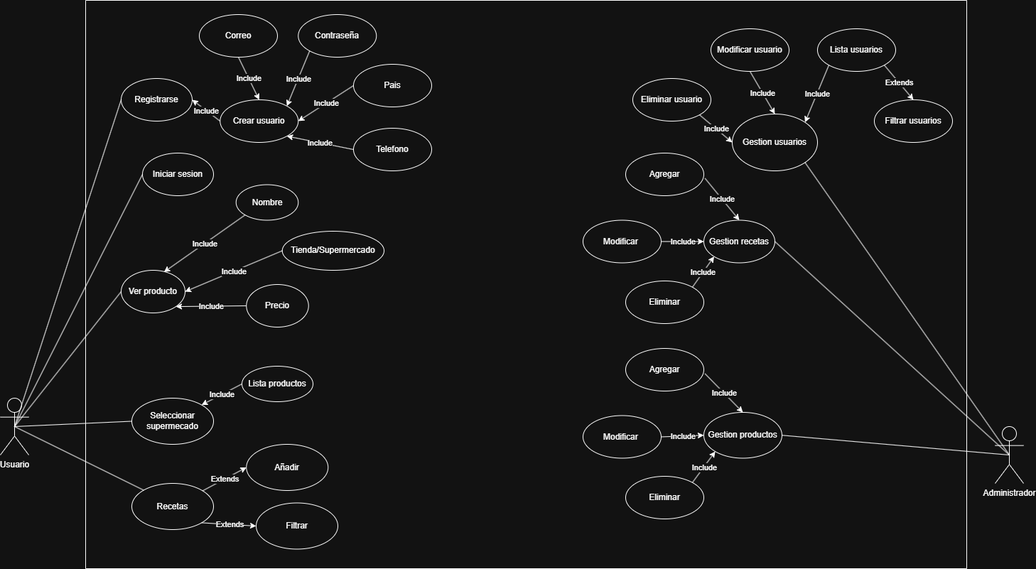
This is diagramas/diagrama-casos-uso.png from Jootgitoo/proyecto-final, a draw.io export, as it was before one commit. Source tidied: cells renumbered, new cells last; positions are measured from the earlier drawing's top-left corner, leaving out a move shared by most shapes.
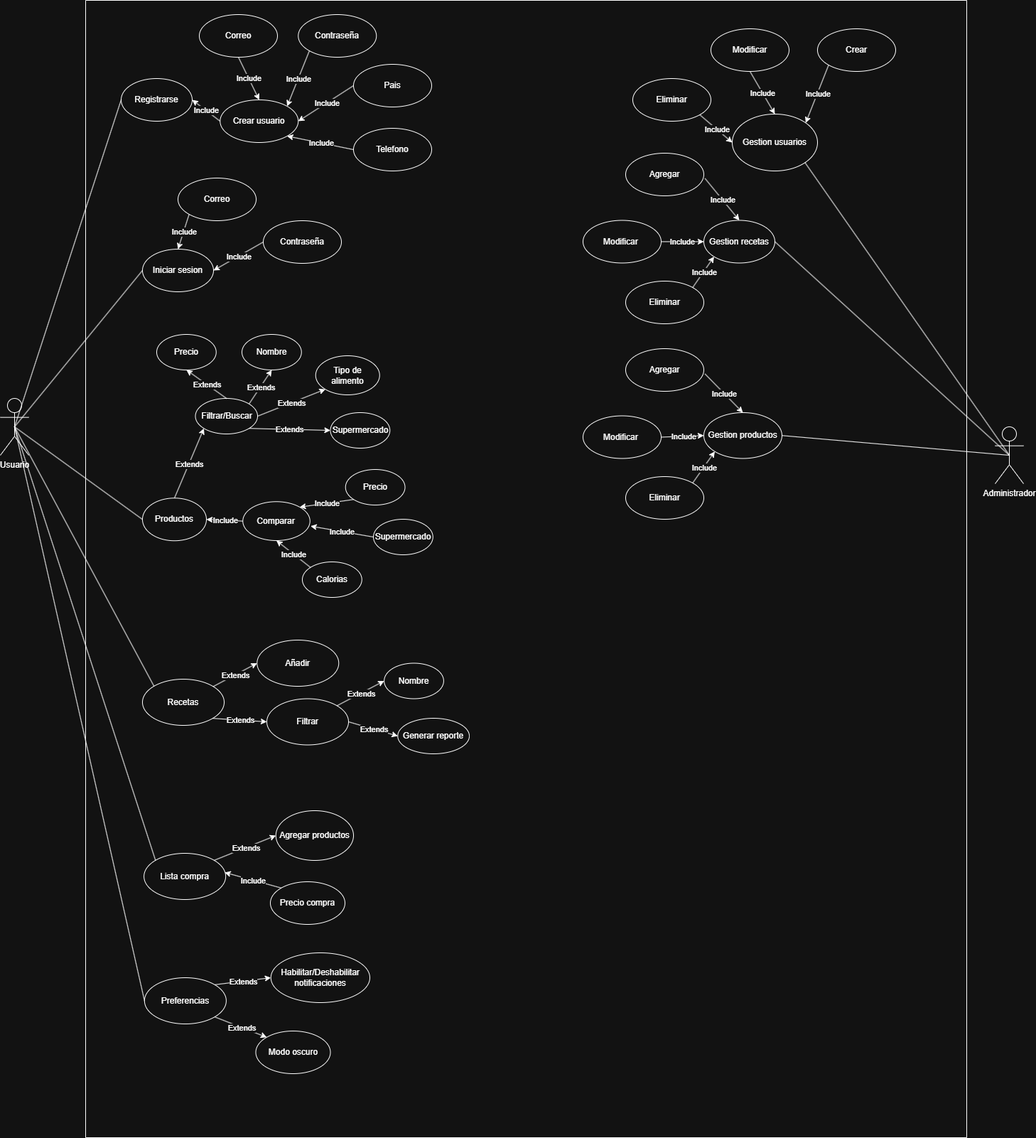
The same diagram one commit later.

Diff of the diagram source:
```diff
@@ -3,13 +3,13 @@
     <mxCell id="0" />
     <mxCell id="1" parent="0" />
     <mxCell id="2" style="swimlane;startSize=0;" parent="1" vertex="1">
-      <mxGeometry x="120" width="1240" height="800" as="geometry" />
+      <mxGeometry x="120" width="1240" height="1600" as="geometry" />
     </mxCell>
-    <mxCell id="3" value="Ver producto" style="ellipse;whiteSpace=wrap;html=1;" parent="2" vertex="1">
-      <mxGeometry x="50" y="380" width="90" height="60" as="geometry" />
+    <mxCell id="3" value="Productos" style="ellipse;whiteSpace=wrap;html=1;" parent="2" vertex="1">
+      <mxGeometry x="80" y="700.2" width="90" height="60" as="geometry" />
     </mxCell>
-    <mxCell id="4" value="Nombre" style="ellipse;whiteSpace=wrap;html=1;" parent="2" vertex="1">
-      <mxGeometry x="211.8" y="259.5" width="87.5" height="50" as="geometry" />
+    <mxCell id="4" value="Filtrar/Buscar" style="ellipse;whiteSpace=wrap;html=1;" parent="2" vertex="1">
+      <mxGeometry x="154.5" y="560" width="87.5" height="50" as="geometry" />
     </mxCell>
     <mxCell id="5" value="Gestion recetas" style="ellipse;whiteSpace=wrap;html=1;" parent="2" vertex="1">
       <mxGeometry x="870" y="309.5" width="100" height="60" as="geometry" />
@@ -45,7 +45,7 @@
       <mxGeometry x="910" y="160" width="120" height="80" as="geometry" />
     </mxCell>
     <mxCell id="16" value="Iniciar sesion" style="ellipse;whiteSpace=wrap;html=1;" parent="2" vertex="1">
-      <mxGeometry x="80" y="215" width="100" height="60" as="geometry" />
+      <mxGeometry x="80" y="350" width="100" height="60" as="geometry" />
     </mxCell>
     <mxCell id="17" value="Registrarse" style="ellipse;whiteSpace=wrap;html=1;" parent="2" vertex="1">
       <mxGeometry x="50" y="110" width="100" height="60" as="geometry" />
@@ -59,10 +59,10 @@
     <mxCell id="20" value="Include" style="edgeLabel;html=1;align=center;verticalAlign=middle;" parent="19" vertex="1">
       <mxGeometry relative="1" as="geometry" />
     </mxCell>
-    <mxCell id="21" value="Modificar usuario" style="ellipse;whiteSpace=wrap;html=1;" parent="2" vertex="1">
+    <mxCell id="21" value="Modificar" style="ellipse;whiteSpace=wrap;html=1;" parent="2" vertex="1">
       <mxGeometry x="880" y="40" width="110" height="60" as="geometry" />
     </mxCell>
-    <mxCell id="22" value="Eliminar usuario" style="ellipse;whiteSpace=wrap;html=1;" parent="2" vertex="1">
+    <mxCell id="22" value="Eliminar" style="ellipse;whiteSpace=wrap;html=1;" parent="2" vertex="1">
       <mxGeometry x="770" y="110" width="110" height="60" as="geometry" />
     </mxCell>
     <mxCell id="23" style="endArrow=classic;html=1;rounded=0;exitX=1;exitY=1;exitDx=0;exitDy=0;entryX=0;entryY=0.5;entryDx=0;entryDy=0;" parent="2" edge="1" source="22" target="15">
@@ -77,7 +77,7 @@
     <mxCell id="26" value="Include" style="edgeLabel;html=1;align=center;verticalAlign=middle;" parent="25" vertex="1">
       <mxGeometry relative="1" as="geometry" />
     </mxCell>
-    <mxCell id="27" value="Lista usuarios" style="ellipse;whiteSpace=wrap;html=1;" parent="2" vertex="1">
+    <mxCell id="27" value="Crear" style="ellipse;whiteSpace=wrap;html=1;" parent="2" vertex="1">
       <mxGeometry x="1030" y="40" width="110" height="60" as="geometry" />
     </mxCell>
     <mxCell id="28" style="endArrow=classic;html=1;rounded=0;exitX=0;exitY=1;exitDx=0;exitDy=0;entryX=1;entryY=0;entryDx=0;entryDy=0;" parent="2" edge="1" source="27" target="15">
@@ -86,15 +86,6 @@
     <mxCell id="29" value="Include" style="edgeLabel;html=1;align=center;verticalAlign=middle;" parent="28" vertex="1">
       <mxGeometry relative="1" as="geometry" />
     </mxCell>
-    <mxCell id="30" value="Filtrar usuarios" style="ellipse;whiteSpace=wrap;html=1;" parent="2" vertex="1">
-      <mxGeometry x="1110" y="140" width="110" height="60" as="geometry" />
-    </mxCell>
-    <mxCell id="31" style="endArrow=classic;html=1;rounded=0;exitX=1;exitY=1;exitDx=0;exitDy=0;entryX=0.5;entryY=0;entryDx=0;entryDy=0;" parent="2" edge="1" source="27" target="30">
-      <mxGeometry relative="1" as="geometry" />
-    </mxCell>
-    <mxCell id="32" value="Extends" style="edgeLabel;html=1;align=center;verticalAlign=middle;" parent="31" vertex="1">
-      <mxGeometry relative="1" as="geometry" />
-    </mxCell>
     <mxCell id="33" value="Correo" style="ellipse;whiteSpace=wrap;html=1;" parent="2" vertex="1">
       <mxGeometry x="160" y="20" width="110" height="60" as="geometry" />
     </mxCell>
@@ -131,50 +122,29 @@
     <mxCell id="44" value="Include" style="edgeLabel;html=1;align=center;verticalAlign=middle;" parent="43" vertex="1">
       <mxGeometry relative="1" as="geometry" />
     </mxCell>
-    <mxCell id="45" style="endArrow=classic;html=1;rounded=0;exitX=0;exitY=1;exitDx=0;exitDy=0;entryX=0.669;entryY=0.042;entryDx=0;entryDy=0;entryPerimeter=0;" parent="2" edge="1" source="4" target="3">
+    <mxCell id="45" style="endArrow=classic;html=1;rounded=0;exitX=0.5;exitY=0;exitDx=0;exitDy=0;entryX=0;entryY=1;entryDx=0;entryDy=0;" parent="2" edge="1" source="3" target="4">
       <mxGeometry relative="1" as="geometry" />
     </mxCell>
-    <mxCell id="46" value="Include" style="edgeLabel;html=1;align=center;verticalAlign=middle;" parent="45" vertex="1">
+    <mxCell id="46" value="Extends" style="edgeLabel;html=1;align=center;verticalAlign=middle;" parent="45" vertex="1">
       <mxGeometry relative="1" as="geometry" />
     </mxCell>
-    <mxCell id="47" value="Tienda/Supermercado" style="ellipse;whiteSpace=wrap;html=1;" parent="2" vertex="1">
-      <mxGeometry x="276.8" y="325" width="143.2" height="55" as="geometry" />
+    <mxCell id="47" value="Comparar" style="ellipse;whiteSpace=wrap;html=1;" parent="2" vertex="1">
+      <mxGeometry x="221.2" y="705.2" width="94.5" height="54.8" as="geometry" />
     </mxCell>
-    <mxCell id="48" value="Precio" style="ellipse;whiteSpace=wrap;html=1;" parent="2" vertex="1">
-      <mxGeometry x="226.2" y="400" width="87.5" height="60" as="geometry" />
-    </mxCell>
     <mxCell id="49" style="endArrow=classic;html=1;rounded=0;exitX=0;exitY=0.5;exitDx=0;exitDy=0;entryX=1;entryY=0.5;entryDx=0;entryDy=0;" parent="2" edge="1" source="47" target="3">
       <mxGeometry relative="1" as="geometry" />
     </mxCell>
     <mxCell id="50" value="Include" style="edgeLabel;html=1;align=center;verticalAlign=middle;" parent="49" vertex="1">
       <mxGeometry relative="1" as="geometry" />
     </mxCell>
-    <mxCell id="51" style="endArrow=classic;html=1;rounded=0;exitX=0;exitY=0.5;exitDx=0;exitDy=0;entryX=1;entryY=1;entryDx=0;entryDy=0;" parent="2" edge="1" source="48" target="3">
-      <mxGeometry relative="1" as="geometry" />
-    </mxCell>
-    <mxCell id="52" value="Include" style="edgeLabel;html=1;align=center;verticalAlign=middle;" parent="51" vertex="1">
-      <mxGeometry relative="1" as="geometry" />
-    </mxCell>
-    <mxCell id="53" value="Seleccionar supermecado" style="ellipse;whiteSpace=wrap;html=1;" parent="2" vertex="1">
-      <mxGeometry x="65" y="560" width="115" height="65" as="geometry" />
-    </mxCell>
-    <mxCell id="54" value="Lista productos" style="ellipse;whiteSpace=wrap;html=1;" parent="2" vertex="1">
-      <mxGeometry x="220" y="515" width="100" height="50" as="geometry" />
-    </mxCell>
-    <mxCell id="55" style="endArrow=classic;html=1;rounded=0;exitX=0;exitY=0.5;exitDx=0;exitDy=0;entryX=1;entryY=0;entryDx=0;entryDy=0;" parent="2" edge="1" source="54" target="53">
-      <mxGeometry relative="1" as="geometry" />
-    </mxCell>
-    <mxCell id="56" value="Include" style="edgeLabel;html=1;align=center;verticalAlign=middle;" parent="55" vertex="1">
-      <mxGeometry relative="1" as="geometry" />
-    </mxCell>
     <mxCell id="57" value="Recetas" style="ellipse;whiteSpace=wrap;html=1;" parent="2" vertex="1">
-      <mxGeometry x="65" y="680" width="115" height="65" as="geometry" />
+      <mxGeometry x="80" y="955" width="115" height="65" as="geometry" />
     </mxCell>
     <mxCell id="58" value="Añadir" style="ellipse;whiteSpace=wrap;html=1;" parent="2" vertex="1">
-      <mxGeometry x="226.2" y="625" width="115" height="65" as="geometry" />
+      <mxGeometry x="241.2" y="900" width="115" height="65" as="geometry" />
     </mxCell>
     <mxCell id="59" value="Filtrar" style="ellipse;whiteSpace=wrap;html=1;" parent="2" vertex="1">
-      <mxGeometry x="240" y="707.5" width="115" height="65" as="geometry" />
+      <mxGeometry x="255" y="982.5" width="115" height="65" as="geometry" />
     </mxCell>
     <mxCell id="60" style="endArrow=classic;html=1;rounded=0;entryX=0;entryY=0.5;entryDx=0;entryDy=0;" parent="2" edge="1" source="57" target="58">
       <mxGeometry relative="1" as="geometry" />
@@ -218,6 +188,147 @@
     <mxCell id="73" value="Include" style="edgeLabel;html=1;align=center;verticalAlign=middle;" parent="72" vertex="1">
       <mxGeometry relative="1" as="geometry" />
     </mxCell>
+    <mxCell id="84" value="Correo" style="ellipse;whiteSpace=wrap;html=1;" parent="2" vertex="1">
+      <mxGeometry x="130" y="250" width="110" height="60" as="geometry" />
+    </mxCell>
+    <mxCell id="85" value="Contraseña" style="ellipse;whiteSpace=wrap;html=1;" parent="2" vertex="1">
+      <mxGeometry x="250" y="310" width="110" height="60" as="geometry" />
+    </mxCell>
+    <mxCell id="86" style="endArrow=classic;html=1;rounded=0;exitX=0;exitY=0.5;exitDx=0;exitDy=0;entryX=1;entryY=0.5;entryDx=0;entryDy=0;" parent="2" edge="1" source="85" target="16">
+      <mxGeometry relative="1" as="geometry" />
+    </mxCell>
+    <mxCell id="87" value="Include" style="edgeLabel;html=1;align=center;verticalAlign=middle;" parent="86" vertex="1">
+      <mxGeometry relative="1" as="geometry" />
+    </mxCell>
+    <mxCell id="88" style="endArrow=classic;html=1;rounded=0;exitX=0;exitY=1;exitDx=0;exitDy=0;entryX=0.5;entryY=0;entryDx=0;entryDy=0;" parent="2" edge="1" source="84" target="16">
+      <mxGeometry relative="1" as="geometry" />
+    </mxCell>
+    <mxCell id="89" value="Include" style="edgeLabel;html=1;align=center;verticalAlign=middle;" parent="88" vertex="1">
+      <mxGeometry relative="1" as="geometry" />
+    </mxCell>
+    <mxCell id="90" value="Nombre" style="ellipse;whiteSpace=wrap;html=1;" parent="2" vertex="1">
+      <mxGeometry x="220" y="470" width="83.8" height="50" as="geometry" />
+    </mxCell>
+    <mxCell id="91" value="Supermercado" style="ellipse;whiteSpace=wrap;html=1;" parent="2" vertex="1">
+      <mxGeometry x="344.5" y="580" width="83.8" height="50" as="geometry" />
+    </mxCell>
+    <mxCell id="92" value="Tipo de alimento" style="ellipse;whiteSpace=wrap;html=1;" parent="2" vertex="1">
+      <mxGeometry x="323.8" y="500" width="90" height="55" as="geometry" />
+    </mxCell>
+    <mxCell id="93" style="endArrow=classic;html=1;rounded=0;exitX=1;exitY=0;exitDx=0;exitDy=0;entryX=0.5;entryY=1;entryDx=0;entryDy=0;" parent="2" edge="1" source="4" target="90">
+      <mxGeometry relative="1" as="geometry" />
+    </mxCell>
+    <mxCell id="94" value="Extends" style="edgeLabel;html=1;align=center;verticalAlign=middle;" parent="93" vertex="1">
+      <mxGeometry relative="1" as="geometry" />
+    </mxCell>
+    <mxCell id="95" style="endArrow=classic;html=1;rounded=0;exitX=1;exitY=0.5;exitDx=0;exitDy=0;entryX=0;entryY=1;entryDx=0;entryDy=0;" parent="2" edge="1" source="4" target="92">
+      <mxGeometry relative="1" as="geometry" />
+    </mxCell>
+    <mxCell id="96" value="Extends" style="edgeLabel;html=1;align=center;verticalAlign=middle;" parent="95" vertex="1">
+      <mxGeometry relative="1" as="geometry" />
+    </mxCell>
+    <mxCell id="97" style="endArrow=classic;html=1;rounded=0;exitX=1;exitY=1;exitDx=0;exitDy=0;entryX=0;entryY=0.5;entryDx=0;entryDy=0;" parent="2" edge="1" source="4" target="91">
+      <mxGeometry relative="1" as="geometry" />
+    </mxCell>
+    <mxCell id="98" value="Extends" style="edgeLabel;html=1;align=center;verticalAlign=middle;" parent="97" vertex="1">
+      <mxGeometry relative="1" as="geometry" />
+    </mxCell>
+    <mxCell id="99" value="Precio" style="ellipse;whiteSpace=wrap;html=1;" parent="2" vertex="1">
+      <mxGeometry x="100" y="470" width="83.8" height="50" as="geometry" />
+    </mxCell>
+    <mxCell id="100" style="endArrow=classic;html=1;rounded=0;exitX=0.5;exitY=0;exitDx=0;exitDy=0;entryX=0.5;entryY=1;entryDx=0;entryDy=0;" parent="2" edge="1" source="4" target="99">
+      <mxGeometry relative="1" as="geometry" />
+    </mxCell>
+    <mxCell id="101" value="Extends" style="edgeLabel;html=1;align=center;verticalAlign=middle;" parent="100" vertex="1">
+      <mxGeometry relative="1" as="geometry" />
+    </mxCell>
+    <mxCell id="102" value="Precio" style="ellipse;whiteSpace=wrap;html=1;" parent="2" vertex="1">
+      <mxGeometry x="365.8" y="660" width="83.8" height="50" as="geometry" />
+    </mxCell>
+    <mxCell id="103" value="Calorias" style="ellipse;whiteSpace=wrap;html=1;" parent="2" vertex="1">
+      <mxGeometry x="305" y="790" width="83.8" height="50" as="geometry" />
+    </mxCell>
+    <mxCell id="104" value="Supermercado" style="ellipse;whiteSpace=wrap;html=1;" parent="2" vertex="1">
+      <mxGeometry x="405" y="730" width="83.8" height="50" as="geometry" />
+    </mxCell>
+    <mxCell id="105" style="endArrow=classic;html=1;rounded=0;exitX=0;exitY=1;exitDx=0;exitDy=0;entryX=1;entryY=0;entryDx=0;entryDy=0;" parent="2" edge="1" source="102" target="47">
+      <mxGeometry relative="1" as="geometry" />
+    </mxCell>
+    <mxCell id="106" value="Include" style="edgeLabel;html=1;align=center;verticalAlign=middle;" parent="105" vertex="1">
+      <mxGeometry relative="1" as="geometry" />
+    </mxCell>
+    <mxCell id="107" style="endArrow=classic;html=1;rounded=0;exitX=0;exitY=0;exitDx=0;exitDy=0;entryX=0.5;entryY=1;entryDx=0;entryDy=0;" parent="2" edge="1" source="103" target="47">
+      <mxGeometry relative="1" as="geometry" />
+    </mxCell>
+    <mxCell id="108" value="Include" style="edgeLabel;html=1;align=center;verticalAlign=middle;" parent="107" vertex="1">
+      <mxGeometry relative="1" as="geometry" />
+    </mxCell>
+    <mxCell id="109" style="endArrow=classic;html=1;rounded=0;exitX=0;exitY=0.5;exitDx=0;exitDy=0;entryX=1.009;entryY=0.629;entryDx=0;entryDy=0;entryPerimeter=0;" parent="2" edge="1" source="104" target="47">
+      <mxGeometry relative="1" as="geometry" />
+    </mxCell>
+    <mxCell id="110" value="Include" style="edgeLabel;html=1;align=center;verticalAlign=middle;" parent="109" vertex="1">
+      <mxGeometry relative="1" as="geometry" />
+    </mxCell>
+    <mxCell id="111" value="Nombre" style="ellipse;whiteSpace=wrap;html=1;" parent="2" vertex="1">
+      <mxGeometry x="420.1" y="932.5" width="83.8" height="50" as="geometry" />
+    </mxCell>
+    <mxCell id="112" style="endArrow=classic;html=1;rounded=0;exitX=1;exitY=0;exitDx=0;exitDy=0;entryX=0;entryY=0.5;entryDx=0;entryDy=0;" parent="2" edge="1" source="59" target="111">
+      <mxGeometry relative="1" as="geometry" />
+    </mxCell>
+    <mxCell id="113" value="Extends" style="edgeLabel;html=1;align=center;verticalAlign=middle;" parent="112" vertex="1">
+      <mxGeometry relative="1" as="geometry" />
+    </mxCell>
+    <mxCell id="114" value="Generar reporte" style="ellipse;whiteSpace=wrap;html=1;" parent="2" vertex="1">
+      <mxGeometry x="439.2" y="1010" width="100.8" height="50" as="geometry" />
+    </mxCell>
+    <mxCell id="115" style="endArrow=classic;html=1;rounded=0;exitX=1;exitY=0.5;exitDx=0;exitDy=0;entryX=0;entryY=0.5;entryDx=0;entryDy=0;" parent="2" edge="1" source="59" target="114">
+      <mxGeometry relative="1" as="geometry" />
+    </mxCell>
+    <mxCell id="116" value="Extends" style="edgeLabel;html=1;align=center;verticalAlign=middle;" parent="115" vertex="1">
+      <mxGeometry relative="1" as="geometry" />
+    </mxCell>
+    <mxCell id="117" value="Lista compra" style="ellipse;whiteSpace=wrap;html=1;" parent="2" vertex="1">
+      <mxGeometry x="82.1" y="1200" width="115" height="65" as="geometry" />
+    </mxCell>
+    <mxCell id="118" value="Agregar productos" style="ellipse;whiteSpace=wrap;html=1;" parent="2" vertex="1">
+      <mxGeometry x="267.8" y="1140" width="109.2" height="70" as="geometry" />
+    </mxCell>
+    <mxCell id="119" style="endArrow=classic;html=1;rounded=0;exitX=1;exitY=0;exitDx=0;exitDy=0;entryX=0;entryY=0.5;entryDx=0;entryDy=0;" parent="2" edge="1" source="117" target="118">
+      <mxGeometry relative="1" as="geometry" />
+    </mxCell>
+    <mxCell id="120" value="Extends" style="edgeLabel;html=1;align=center;verticalAlign=middle;" parent="119" vertex="1">
+      <mxGeometry relative="1" as="geometry" />
+    </mxCell>
+    <mxCell id="121" value="Precio compra" style="ellipse;whiteSpace=wrap;html=1;" parent="2" vertex="1">
+      <mxGeometry x="260" y="1240" width="105" height="60" as="geometry" />
+    </mxCell>
+    <mxCell id="122" style="endArrow=classic;html=1;rounded=0;exitX=0;exitY=0;exitDx=0;exitDy=0;entryX=0.987;entryY=0.414;entryDx=0;entryDy=0;entryPerimeter=0;" parent="2" edge="1" source="121" target="117">
+      <mxGeometry relative="1" as="geometry" />
+    </mxCell>
+    <mxCell id="123" value="Include" style="edgeLabel;html=1;align=center;verticalAlign=middle;" parent="122" vertex="1">
+      <mxGeometry relative="1" as="geometry" />
+    </mxCell>
+    <mxCell id="124" value="Preferencias" style="ellipse;whiteSpace=wrap;html=1;" parent="2" vertex="1">
+      <mxGeometry x="82.9" y="1375" width="115" height="65" as="geometry" />
+    </mxCell>
+    <mxCell id="125" style="endArrow=classic;html=1;rounded=0;exitX=1;exitY=0;exitDx=0;exitDy=0;entryX=0;entryY=0.5;entryDx=0;entryDy=0;" parent="2" edge="1" source="124" target="128">
+      <mxGeometry relative="1" as="geometry" />
+    </mxCell>
+    <mxCell id="126" value="Extends" style="edgeLabel;html=1;align=center;verticalAlign=middle;" parent="125" vertex="1">
+      <mxGeometry relative="1" as="geometry" />
+    </mxCell>
+    <mxCell id="127" value="Modo oscuro" style="ellipse;whiteSpace=wrap;html=1;" parent="2" vertex="1">
+      <mxGeometry x="239.5" y="1450" width="105" height="60" as="geometry" />
+    </mxCell>
+    <mxCell id="128" value="Habilitar/Deshabilitar notificaciones" style="ellipse;whiteSpace=wrap;html=1;" parent="2" vertex="1">
+      <mxGeometry x="260.8" y="1340" width="139.2" height="70" as="geometry" />
+    </mxCell>
+    <mxCell id="129" style="endArrow=classic;html=1;rounded=0;exitX=1;exitY=1;exitDx=0;exitDy=0;entryX=0;entryY=0;entryDx=0;entryDy=0;" parent="2" edge="1" source="124" target="127">
+      <mxGeometry relative="1" as="geometry" />
+    </mxCell>
+    <mxCell id="130" value="Extends" style="edgeLabel;html=1;align=center;verticalAlign=middle;" parent="129" vertex="1">
+      <mxGeometry relative="1" as="geometry" />
+    </mxCell>
     <mxCell id="74" value="Usuario" style="shape=umlActor;verticalLabelPosition=bottom;verticalAlign=top;html=1;outlineConnect=0;" parent="1" vertex="1">
       <mxGeometry y="560" width="40" height="80" as="geometry" />
     </mxCell>
@@ -239,9 +350,6 @@
     <mxCell id="80" style="endArrow=none;html=1;rounded=0;exitX=0.5;exitY=0.5;exitDx=0;exitDy=0;exitPerimeter=0;entryX=1;entryY=1;entryDx=0;entryDy=0;" parent="1" edge="1" source="75" target="15">
       <mxGeometry relative="1" as="geometry" />
     </mxCell>
-    <mxCell id="81" style="endArrow=none;html=1;rounded=0;exitX=0.5;exitY=0.5;exitDx=0;exitDy=0;exitPerimeter=0;entryX=0;entryY=0.5;entryDx=0;entryDy=0;" parent="1" edge="1" source="74" target="53">
-      <mxGeometry relative="1" as="geometry" />
-    </mxCell>
     <mxCell id="82" style="endArrow=none;html=1;rounded=0;exitX=0.5;exitY=0.5;exitDx=0;exitDy=0;exitPerimeter=0;entryX=0;entryY=0;entryDx=0;entryDy=0;" parent="1" edge="1" source="74" target="57">
       <mxGeometry relative="1" as="geometry" />
     </mxCell>
@@ -250,5 +358,13 @@
         <mxPoint x="1420" y="640" as="sourcePoint" />
       </mxGeometry>
     </mxCell>
+    <mxCell id="131" style="endArrow=none;html=1;rounded=0;exitX=0.5;exitY=0.5;exitDx=0;exitDy=0;exitPerimeter=0;entryX=0;entryY=0;entryDx=0;entryDy=0;" parent="1" edge="1" source="74" target="117">
+      <mxGeometry relative="1" as="geometry" />
+    </mxCell>
+    <mxCell id="132" style="endArrow=none;html=1;rounded=0;entryX=0;entryY=0.5;entryDx=0;entryDy=0;" parent="1" edge="1" target="124">
+      <mxGeometry relative="1" as="geometry">
+        <mxPoint x="20" y="600" as="sourcePoint" />
+      </mxGeometry>
+    </mxCell>
   </root>
 </mxGraphModel>
```
